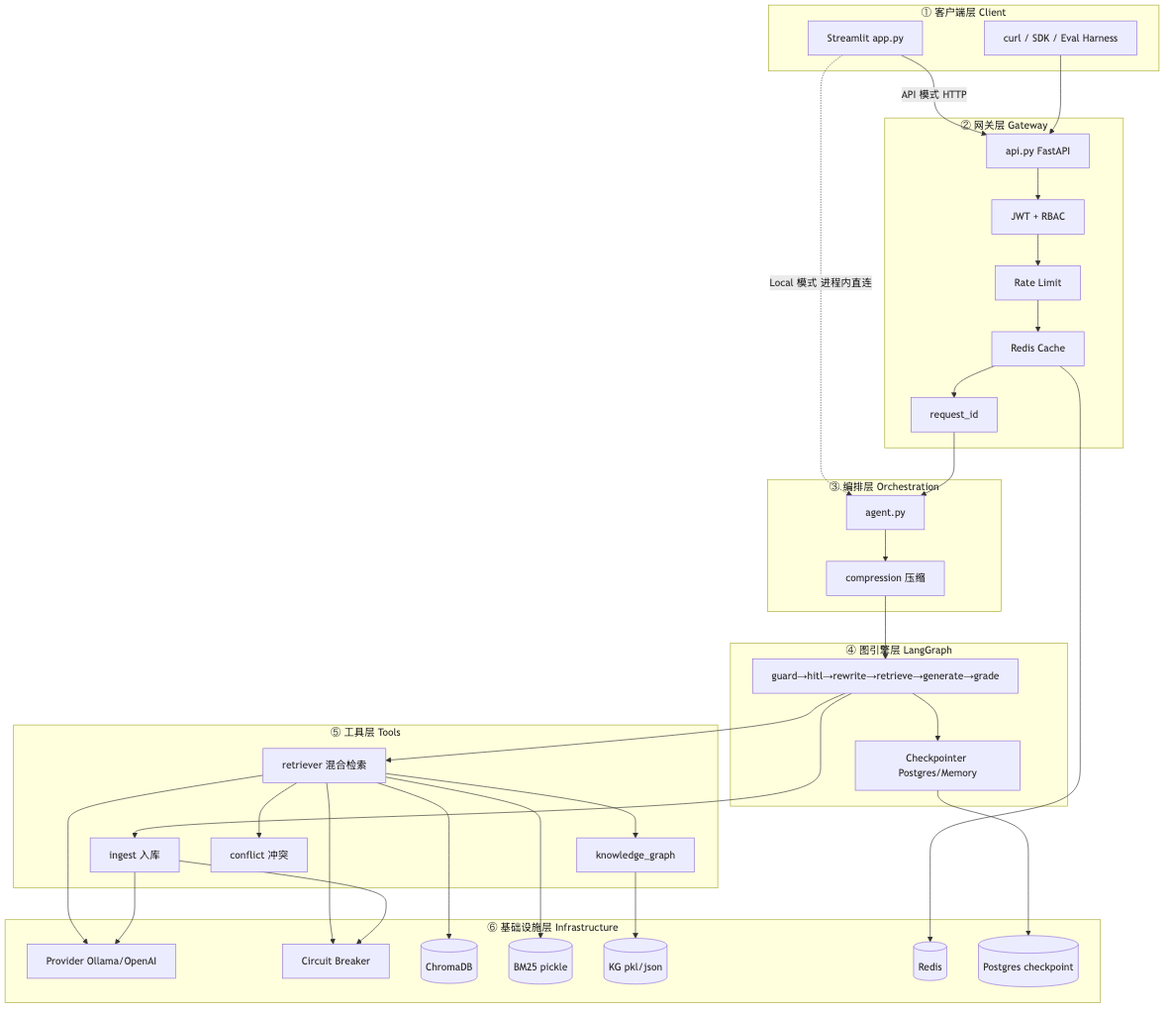
Earlier version of the Mermaid export project_00_rag_agent/docs/diagrams/01_layers_overview.png (charlie-chann/ai-agent-langgraph-main). Its source is kept beside it as project_00_rag_agent/docs/diagrams/source/01_layers_overview.mmd.
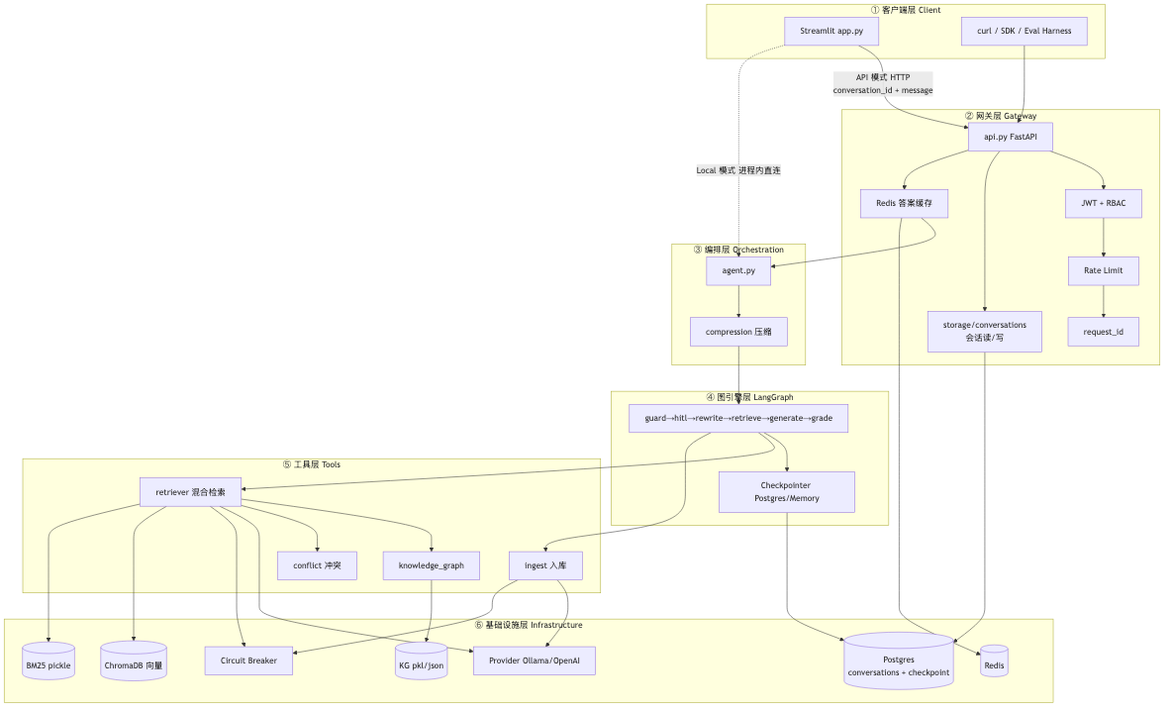
After the change.

The edit, as a diff of the source:
```diff
@@ -8,8 +8,9 @@
         API[api.py FastAPI]
         AUTH[JWT + RBAC]
         RL[Rate Limit]
-        CACHE[Redis Cache]
+        CACHE[Redis 答案缓存]
         RID[request_id]
+        CONV[storage/conversations<br/>会话读/写]
     end
 
     subgraph L3["③ 编排层 Orchestration"]
@@ -32,18 +33,21 @@
     subgraph L6["⑥ 基础设施层 Infrastructure"]
         PROV[Provider Ollama/OpenAI]
         CB[Circuit Breaker]
-        CHROMA[(ChromaDB)]
+        CHROMA[(ChromaDB 向量)]
         BM25[(BM25 pickle)]
         KGSTORE[(KG pkl/json)]
         REDIS[(Redis)]
-        PG[(Postgres checkpoint)]
+        PG[(Postgres<br/>conversations + checkpoint)]
     end
 
-  ST -->|API 模式 HTTP| API
+  ST -->|API 模式 HTTP<br/>conversation_id + message| API
   ST -.->|Local 模式 进程内直连| AGENT
   CLI --> API
-  API --> AUTH --> RL --> CACHE --> RID
-  RID --> AGENT --> COMP --> GRAPH
+  API --> AUTH --> RL --> RID
+  API --> CONV
+  CONV --> PG
+  API --> CACHE --> AGENT
+  AGENT --> COMP --> GRAPH
   GRAPH --> CP
   GRAPH --> RET
   GRAPH --> ING
```
